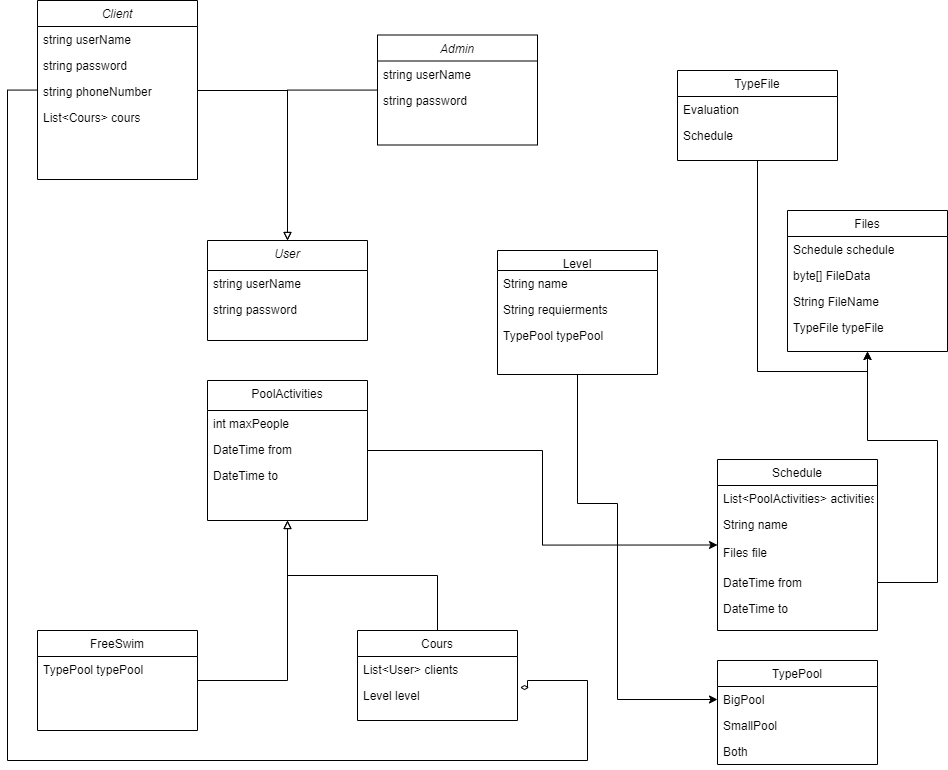
Before: UML.drawio.png, a diagram exported from draw.io (CaptainMehdi/ProjetFinal). Source tidied: cells renumbered, new cells last; positions are measured from the earlier drawing's top-left corner, leaving out a move shared by most shapes.
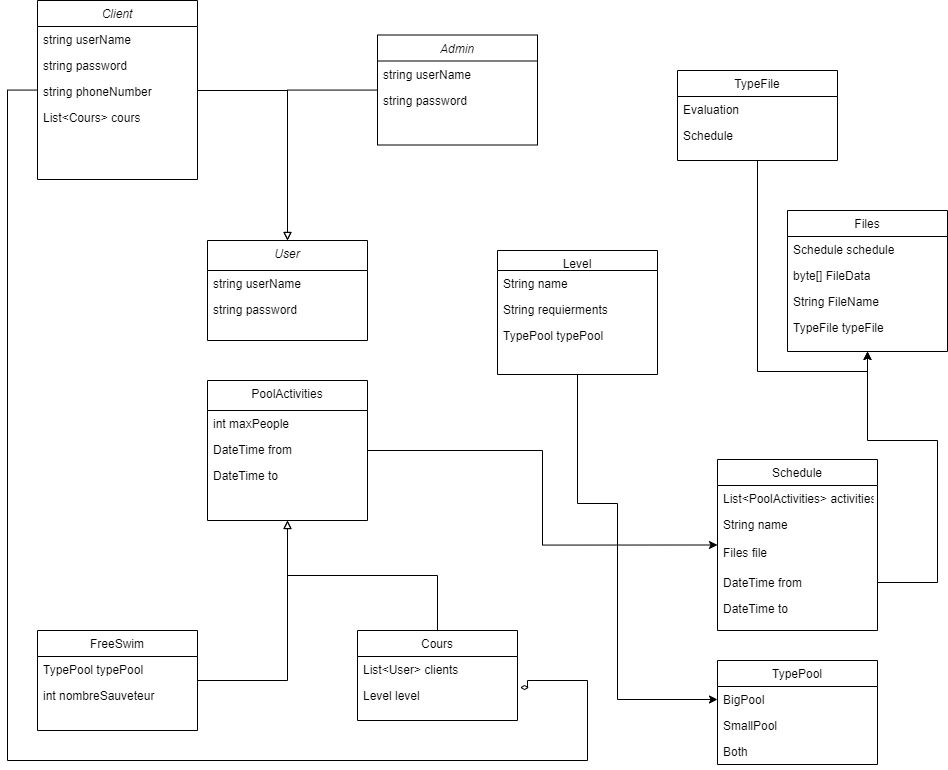
Above is the later version.

Commit message:
Mettre à jour UML.drawio.png

What changed in the source:
```diff
@@ -32,6 +32,9 @@
     <mxCell id="11" value="TypePool typePool" style="text;align=left;verticalAlign=top;spacingLeft=4;spacingRight=4;overflow=hidden;rounded=0;shadow=0;html=0;" parent="10" vertex="1">
       <mxGeometry y="26" width="160" height="26" as="geometry" />
     </mxCell>
+    <mxCell id="53" value="int nombreSauveteur" style="text;align=left;verticalAlign=top;spacingLeft=4;spacingRight=4;overflow=hidden;rounded=0;shadow=0;html=0;" parent="10" vertex="1">
+      <mxGeometry y="52" width="160" height="26" as="geometry" />
+    </mxCell>
     <mxCell id="12" style="edgeStyle=orthogonalEdgeStyle;rounded=0;jettySize=auto;html=1;entryX=0;entryY=0.5;entryDx=0;entryDy=0;" parent="1" edge="1" source="13" target="17">
       <mxGeometry relative="1" as="geometry" />
     </mxCell>
```
